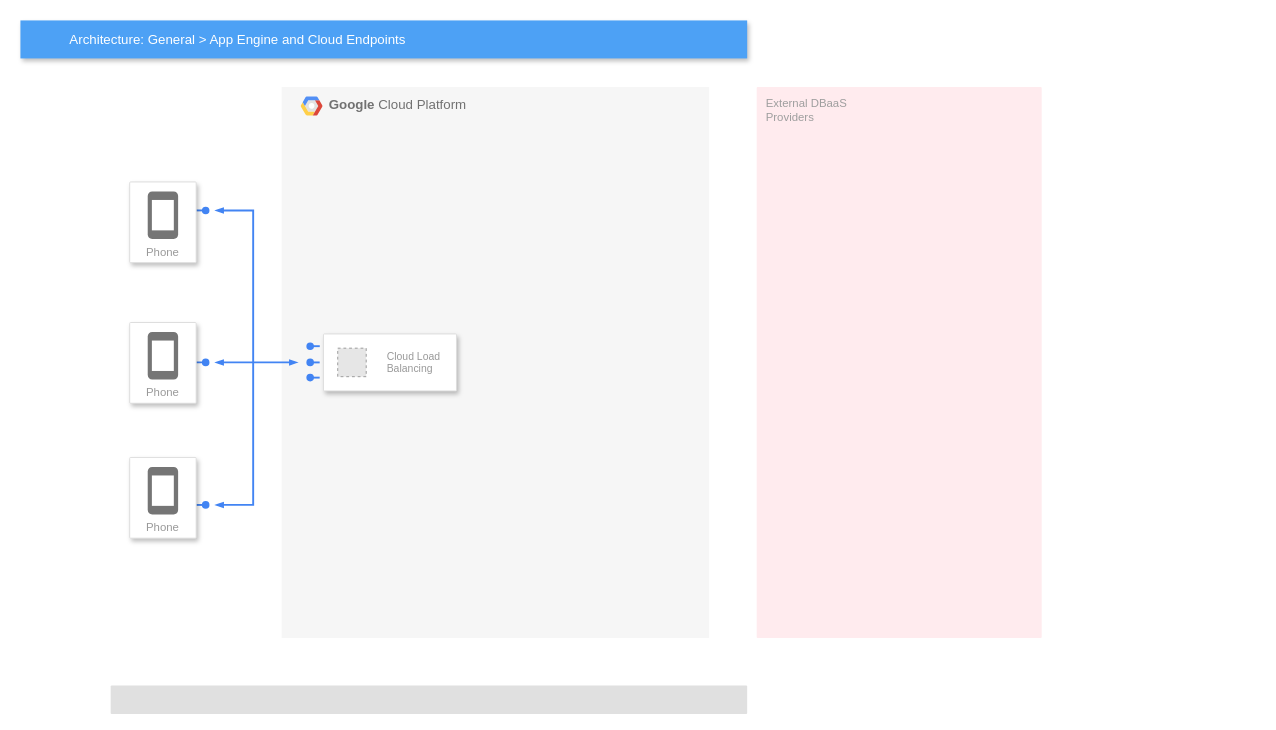
The draw.io diagram gcp-diagram.drawio in FnhNielsen/cloudRepo, before the edit. Source tidied: cells renumbered, new cells numbered last; positions are measured from the earlier drawing's top-left corner, leaving out a move shared by most shapes. Both pictures are drawn from the tidied source at 95%, with x=0, y=0 at pixel (20, 20). Pictures stored in the file or linked from it are replaced by grey dashed boxes.
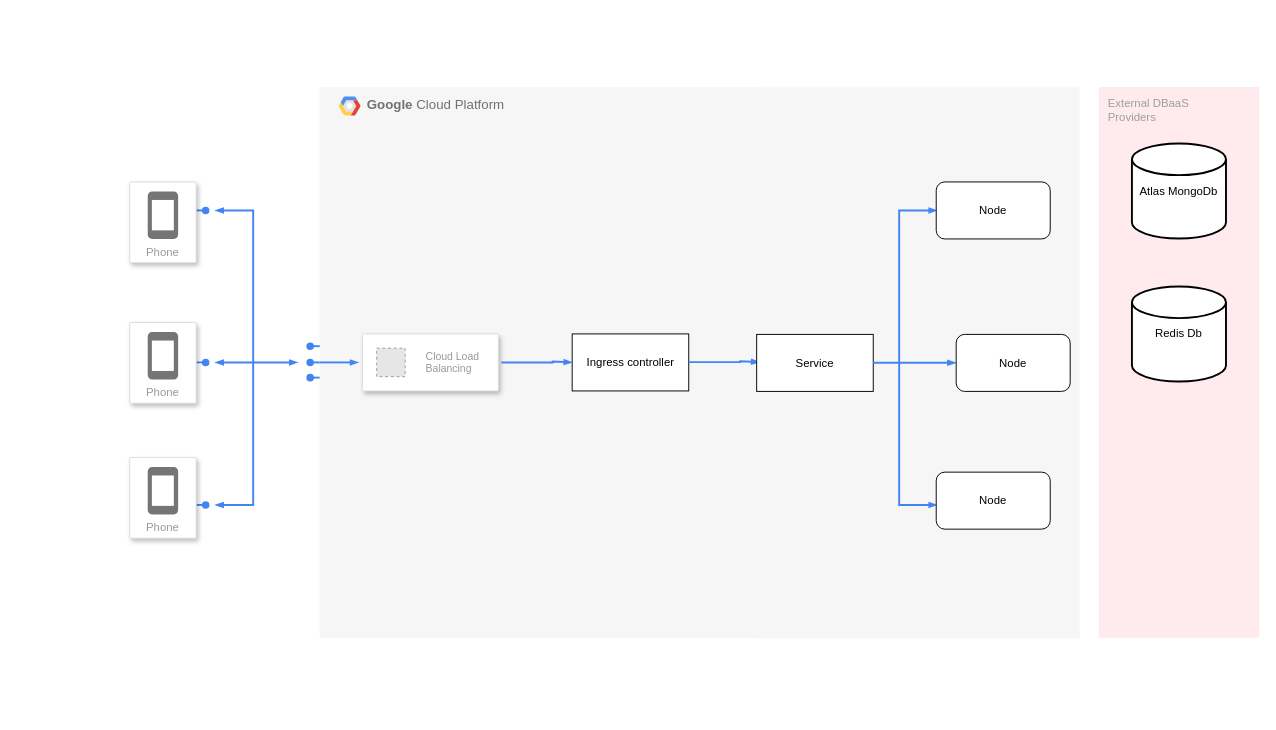
Above is the later version.

Diff of the diagram source:
```diff
@@
     <mxCell id="2" value="&lt;b&gt;Google &lt;/b&gt;Cloud Platform" style="fillColor=#F6F6F6;strokeColor=none;shadow=0;gradientColor=none;fontSize=14;align=left;spacing=10;fontColor=#717171;9E9E9E;verticalAlign=top;spacingTop=-4;fontStyle=0;spacingLeft=40;html=1;" parent="1" vertex="1">
-      <mxGeometry x="275" y="70" width="450" height="580" as="geometry" />
+      <mxGeometry x="315" y="70" width="460" height="580" as="geometry" />
     </mxCell>
@@
     <mxCell id="4" style="strokeColor=#dddddd;shadow=1;strokeWidth=1;rounded=1;absoluteArcSize=1;arcSize=2;fontSize=11;" parent="2" vertex="1">
-      <mxGeometry x="44" y="260" width="140" height="60" as="geometry" />
+      <mxGeometry x="45" y="260" width="143.1" height="60" as="geometry" />
     </mxCell>
@@
-    <mxCell id="6" value="Architecture: General &amp;gt; App Engine and Cloud Endpoints" style="fillColor=#4DA1F5;strokeColor=none;shadow=1;gradientColor=none;fontSize=14;align=left;spacingLeft=50;fontColor=#ffffff;html=1;" parent="1" vertex="1">
-      <mxGeometry width="765" height="40" as="geometry" />
-    </mxCell>
+    <mxCell id="23" style="edgeStyle=orthogonalEdgeStyle;fontSize=12;html=1;endArrow=blockThin;endFill=1;rounded=0;strokeWidth=2;endSize=4;startSize=4;dashed=0;strokeColor=#4284F3;startArrow=none;startFill=0;" parent="4" edge="1">
+      <mxGeometry relative="1" as="geometry">
+        <mxPoint x="-45" y="30" as="sourcePoint" />
+        <mxPoint x="-4.1" y="30" as="targetPoint" />
+        <Array as="points">
+          <mxPoint x="-14.3" y="30.2" />
+          <mxPoint x="-14.3" y="30.2" />
+        </Array>
+      </mxGeometry>
+    </mxCell>
+    <mxCell id="24" value="Ingress controller" style="rounded=0;whiteSpace=wrap;html=1;" parent="2" vertex="1">
+      <mxGeometry x="265.8" y="260" width="122.7" height="60" as="geometry" />
+    </mxCell>
+    <mxCell id="25" style="edgeStyle=orthogonalEdgeStyle;fontSize=12;html=1;endArrow=blockThin;endFill=1;rounded=0;strokeWidth=2;endSize=4;startSize=4;dashed=0;strokeColor=#4284F3;startArrow=none;startFill=0;exitX=1;exitY=0.5;exitDx=0;exitDy=0;" parent="2" edge="1">
+      <mxGeometry relative="1" as="geometry">
+        <mxPoint x="191.2" y="290" as="sourcePoint" />
+        <mxPoint x="265.8" y="290" as="targetPoint" />
+        <Array as="points">
+          <mxPoint x="245.3" y="290" />
+          <mxPoint x="245.3" y="289" />
+        </Array>
+      </mxGeometry>
+    </mxCell>
+    <mxCell id="26" style="edgeStyle=orthogonalEdgeStyle;fontSize=12;html=1;endArrow=blockThin;endFill=1;rounded=0;strokeWidth=2;endSize=4;startSize=4;dashed=0;strokeColor=#4284F3;startArrow=none;startFill=0;exitX=1;exitY=0.5;exitDx=0;exitDy=0;" parent="2" edge="1">
+      <mxGeometry relative="1" as="geometry">
+        <mxPoint x="388.4" y="289.7" as="sourcePoint" />
+        <mxPoint x="463.1" y="289.7" as="targetPoint" />
+        <Array as="points">
+          <mxPoint x="442.6" y="289.7" />
+          <mxPoint x="442.6" y="288.7" />
+        </Array>
+      </mxGeometry>
+    </mxCell>
@@
-    <mxCell id="10" style="rounded=1;absoluteArcSize=1;arcSize=2;html=1;strokeColor=none;gradientColor=none;shadow=0;dashed=0;strokeColor=none;fontSize=12;fontColor=#9E9E9E;align=left;verticalAlign=top;spacing=10;spacingTop=-4;fillColor=#E0E0E0;" parent="1" vertex="1">
-      <mxGeometry x="95" y="700" width="670" height="30" as="geometry" />
-    </mxCell>
@@
     <mxCell id="22" value="External DBaaS&lt;br&gt;Providers" style="sketch=0;rounded=1;absoluteArcSize=1;arcSize=2;html=1;strokeColor=none;gradientColor=none;shadow=0;dashed=0;fontSize=12;fontColor=#9E9E9E;align=left;verticalAlign=top;spacing=10;spacingTop=-4;fillColor=#FFEBEE;" parent="1" vertex="1">
-      <mxGeometry x="775" y="70" width="300" height="580" as="geometry" />
+      <mxGeometry x="1135" y="70" width="169" height="580" as="geometry" />
     </mxCell>
+    <mxCell id="27" style="fillColor=#F6F6F6;strokeColor=none;shadow=0;gradientColor=none;fontSize=14;align=left;spacing=10;fontColor=#717171;9E9E9E;verticalAlign=top;spacingTop=-4;fontStyle=0;spacingLeft=40;html=1;" parent="1" vertex="1">
+      <mxGeometry x="775" y="70.5" width="340" height="580" as="geometry" />
+    </mxCell>
+    <mxCell id="28" value="Service" style="rounded=0;whiteSpace=wrap;html=1;" parent="1" vertex="1">
+      <mxGeometry x="775" y="330.5" width="122.7" height="60" as="geometry" />
+    </mxCell>
+    <mxCell id="29" style="fontSize=12;html=1;endArrow=blockThin;endFill=1;rounded=0;strokeWidth=2;endSize=4;startSize=4;dashed=0;strokeColor=#4284F3;startArrow=blockThin;startFill=1;edgeStyle=orthogonalEdgeStyle;" parent="1" edge="1">
+      <mxGeometry relative="1" as="geometry">
+        <mxPoint x="965" y="200" as="sourcePoint" />
+        <mxPoint x="965" y="510" as="targetPoint" />
+        <Array as="points">
+          <mxPoint x="925" y="200" />
+          <mxPoint x="925" y="510" />
+        </Array>
+      </mxGeometry>
+    </mxCell>
+    <mxCell id="30" style="edgeStyle=orthogonalEdgeStyle;fontSize=12;html=1;endArrow=blockThin;endFill=1;rounded=0;strokeWidth=2;endSize=4;startSize=4;dashed=0;strokeColor=#4284F3;startArrow=none;startFill=0;" parent="1" edge="1">
+      <mxGeometry relative="1" as="geometry">
+        <mxPoint x="897.7" y="360.4" as="sourcePoint" />
+        <mxPoint x="984.7" y="360.4" as="targetPoint" />
+        <Array as="points">
+          <mxPoint x="937.7" y="360.4" />
+          <mxPoint x="937.7" y="360.4" />
+        </Array>
+      </mxGeometry>
+    </mxCell>
+    <mxCell id="31" value="Node" style="rounded=1;whiteSpace=wrap;html=1;" parent="1" vertex="1">
+      <mxGeometry x="964" y="170" width="120" height="60" as="geometry" />
+    </mxCell>
+    <mxCell id="32" value="Node" style="rounded=1;whiteSpace=wrap;html=1;" parent="1" vertex="1">
+      <mxGeometry x="985" y="330.5" width="120" height="60" as="geometry" />
+    </mxCell>
+    <mxCell id="33" value="Node" style="rounded=1;whiteSpace=wrap;html=1;" parent="1" vertex="1">
+      <mxGeometry x="964" y="475.5" width="120" height="60" as="geometry" />
+    </mxCell>
+    <mxCell id="34" value="Atlas MongoDb" style="strokeWidth=2;html=1;shape=mxgraph.flowchart.database;whiteSpace=wrap;" parent="1" vertex="1">
+      <mxGeometry x="1170" y="129.5" width="99" height="100" as="geometry" />
+    </mxCell>
+    <mxCell id="35" value="Redis Db" style="strokeWidth=2;html=1;shape=mxgraph.flowchart.database;whiteSpace=wrap;" parent="1" vertex="1">
+      <mxGeometry x="1170" y="280" width="99" height="100" as="geometry" />
+    </mxCell>
```
